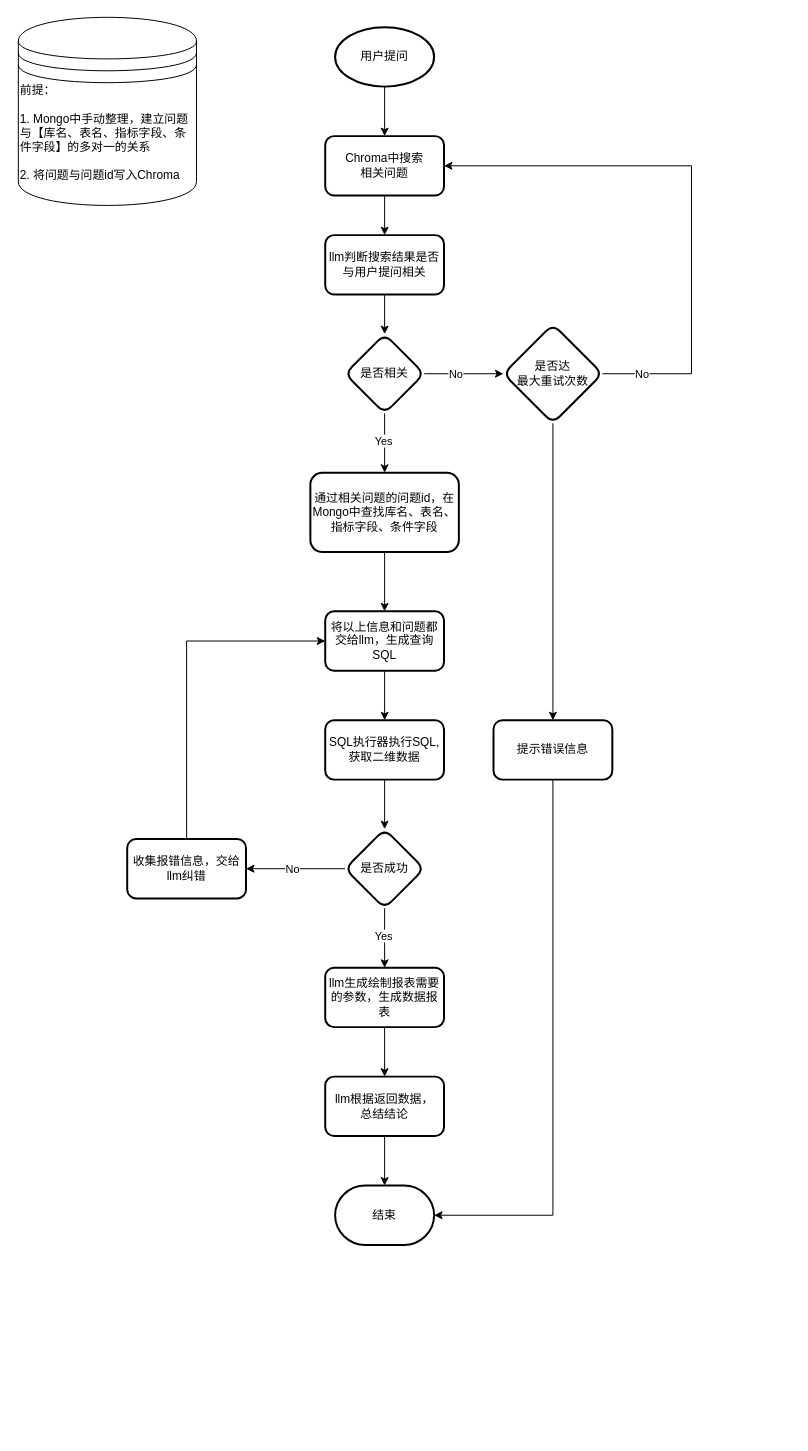
Before: cohat_data_bi_agent.drawio in deanzz/blog, a draw.io diagram. Source tidied: cells renumbered, new cells numbered last; positions are measured from the earlier drawing's top-left corner, leaving out a move shared by most shapes. Both pictures are drawn from the tidied source at 99%, with x=0, y=0 at pixel (18, 17).
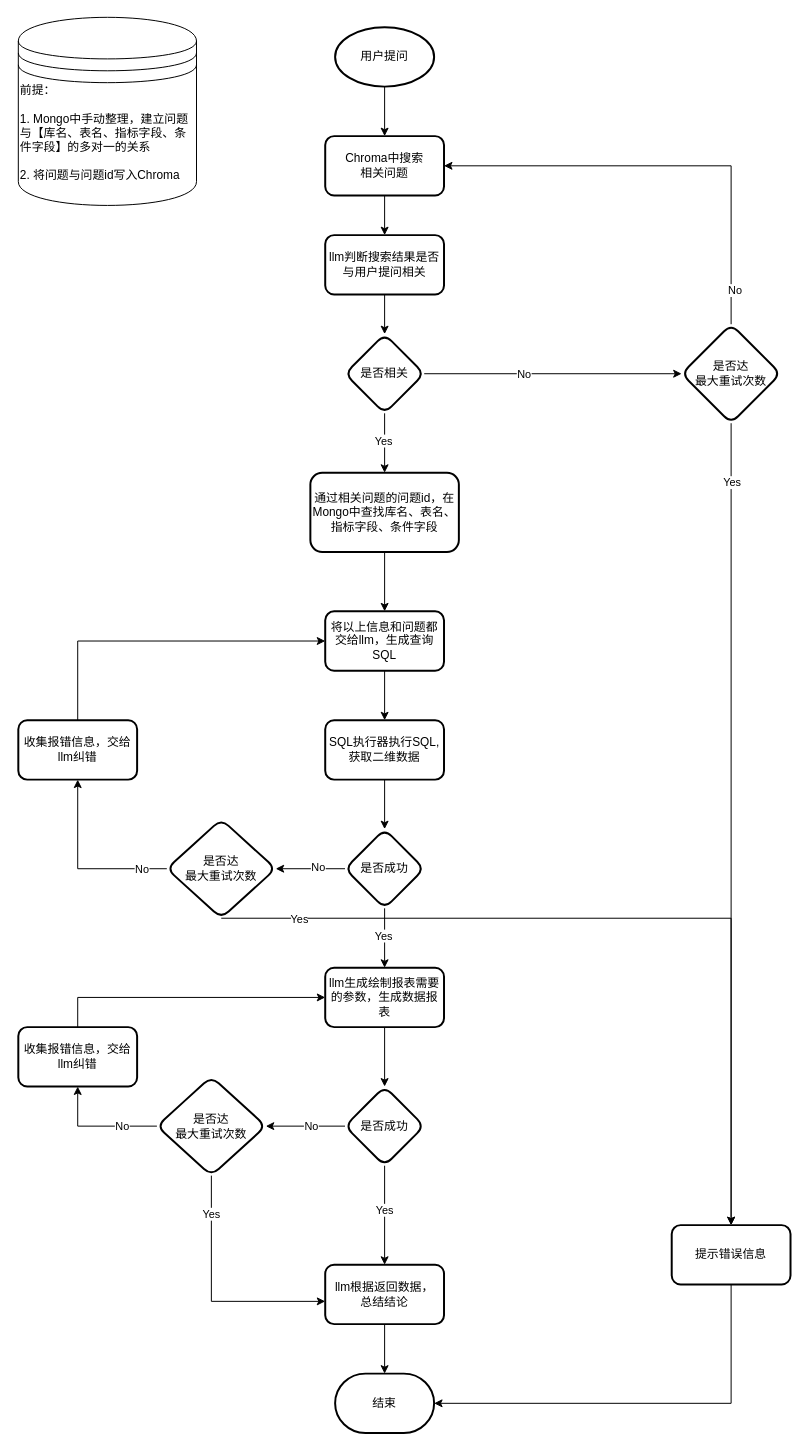
The same diagram, later.

The change refers to these unchanged cells:
```xml
<mxCell id="6" value="Chroma中搜索&lt;div&gt;相关问题&lt;/div&gt;" style="rounded=1;whiteSpace=wrap;html=1;strokeWidth=2;" parent="1" vertex="1">
  <mxGeometry x="310" y="120" width="120" height="60" as="geometry" />
</mxCell>
<mxCell id="24" value="是否成功" style="rhombus;whiteSpace=wrap;html=1;rounded=1;strokeWidth=2;" parent="1" vertex="1">
  <mxGeometry x="330" y="820" width="80" height="80" as="geometry" />
</mxCell>
<mxCell id="26" value="llm生成绘制报表需要的参数，生成数据报表" style="whiteSpace=wrap;html=1;rounded=1;strokeWidth=2;" parent="1" vertex="1">
  <mxGeometry x="310" y="960" width="120" height="60" as="geometry" />
</mxCell>
<mxCell id="32" style="edgeStyle=orthogonalEdgeStyle;rounded=0;jettySize=auto;html=1;" parent="1" edge="1" source="33" target="34">
  <mxGeometry relative="1" as="geometry" />
</mxCell>
```

What changed in the source:
```diff
@@
-    <mxCell id="22" style="edgeStyle=orthogonalEdgeStyle;rounded=0;jettySize=auto;html=1;" parent="1" edge="1" source="24" target="37">
-      <mxGeometry relative="1" as="geometry" />
-    </mxCell>
-    <mxCell id="23" value="No" style="edgeLabel;html=1;align=center;verticalAlign=middle;" parent="22" vertex="1">
-      <mxGeometry x="0.07" y="4" relative="1" as="geometry">
-        <mxPoint y="-4" as="offset" />
-      </mxGeometry>
-    </mxCell>
+    <mxCell id="38" style="edgeStyle=orthogonalEdgeStyle;rounded=0;jettySize=auto;html=1;exitX=0;exitY=0.5;exitDx=0;exitDy=0;entryX=1;entryY=0.5;entryDx=0;entryDy=0;" parent="1" edge="1" source="24" target="53">
+      <mxGeometry relative="1" as="geometry" />
+    </mxCell>
+    <mxCell id="39" value="No" style="edgeLabel;html=1;align=center;verticalAlign=middle;" parent="38" vertex="1">
+      <mxGeometry x="-0.19" y="-2" relative="1" as="geometry" />
+    </mxCell>
@@
-    <mxCell id="25" style="edgeStyle=orthogonalEdgeStyle;rounded=0;jettySize=auto;html=1;" parent="1" edge="1" source="26" target="27">
-      <mxGeometry relative="1" as="geometry" />
-    </mxCell>
+    <mxCell id="40" style="edgeStyle=orthogonalEdgeStyle;rounded=0;jettySize=auto;html=1;exitX=0.5;exitY=1;exitDx=0;exitDy=0;entryX=0.5;entryY=0;entryDx=0;entryDy=0;" parent="1" edge="1" source="26" target="46">
+      <mxGeometry relative="1" as="geometry" />
+    </mxCell>
@@
     <mxCell id="27" value="llm根据返回数据，&lt;div&gt;总结结论&lt;/div&gt;" style="whiteSpace=wrap;html=1;rounded=1;strokeWidth=2;" parent="1" vertex="1">
-      <mxGeometry x="310" y="1070" width="120" height="60" as="geometry" />
+      <mxGeometry x="310" y="1260" width="120" height="60" as="geometry" />
     </mxCell>
     <mxCell id="28" value="结束" style="strokeWidth=2;html=1;shape=mxgraph.flowchart.terminator;whiteSpace=wrap;" parent="1" vertex="1">
-      <mxGeometry x="320" y="1180" width="100" height="60" as="geometry" />
+      <mxGeometry x="320" y="1370" width="100" height="60" as="geometry" />
     </mxCell>
@@
-    <mxCell id="30" style="edgeStyle=orthogonalEdgeStyle;rounded=0;jettySize=auto;html=1;exitX=0.5;exitY=0;exitDx=0;exitDy=0;entryX=1;entryY=0.5;entryDx=0;entryDy=0;" parent="1" edge="1" source="33" target="6">
+    <mxCell id="30" style="edgeStyle=orthogonalEdgeStyle;rounded=0;jettySize=auto;html=1;exitX=0;exitY=0.5;exitDx=0;exitDy=0;entryX=1;entryY=0.5;entryDx=0;entryDy=0;" parent="1" edge="1" source="33" target="6">
       <mxGeometry relative="1" as="geometry">
         <Array as="points">
-          <mxPoint x="680" y="360" />
-          <mxPoint x="680" y="150" />
+          <mxPoint x="720" y="150" />
         </Array>
       </mxGeometry>
     </mxCell>
@@
+    <mxCell id="41" value="Yes" style="edgeLabel;html=1;align=center;verticalAlign=middle;" parent="32" vertex="1">
+      <mxGeometry x="-0.91" relative="1" as="geometry">
+        <mxPoint y="23" as="offset" />
+      </mxGeometry>
+    </mxCell>
     <mxCell id="33" value="是否达&lt;div&gt;最大重试次数&lt;/div&gt;" style="rhombus;whiteSpace=wrap;html=1;rounded=1;strokeWidth=2;direction=south;" parent="1" vertex="1">
-      <mxGeometry x="490" y="310" width="100" height="100" as="geometry" />
+      <mxGeometry x="670" y="310" width="100" height="100" as="geometry" />
     </mxCell>
     <mxCell id="34" value="提示错误信息" style="whiteSpace=wrap;html=1;rounded=1;strokeWidth=2;" parent="1" vertex="1">
-      <mxGeometry x="480" y="710" width="120" height="60" as="geometry" />
+      <mxGeometry x="660" y="1220" width="120" height="60" as="geometry" />
     </mxCell>
@@
     <mxCell id="37" value="收集报错信息，交给llm纠错" style="whiteSpace=wrap;html=1;rounded=1;strokeWidth=2;" parent="1" vertex="1">
-      <mxGeometry x="110" y="830" width="120" height="60" as="geometry" />
+      <mxGeometry y="710" width="120" height="60" as="geometry" />
     </mxCell>
+    <mxCell id="42" style="edgeStyle=orthogonalEdgeStyle;rounded=0;jettySize=auto;html=1;exitX=0.5;exitY=1;exitDx=0;exitDy=0;entryX=0.5;entryY=0;entryDx=0;entryDy=0;" parent="1" edge="1" source="46" target="27">
+      <mxGeometry relative="1" as="geometry" />
+    </mxCell>
+    <mxCell id="43" value="Yes" style="edgeLabel;html=1;align=center;verticalAlign=middle;" parent="42" vertex="1">
+      <mxGeometry x="-0.13" y="-1" relative="1" as="geometry" />
+    </mxCell>
+    <mxCell id="44" style="edgeStyle=orthogonalEdgeStyle;rounded=0;jettySize=auto;html=1;exitX=0;exitY=0.5;exitDx=0;exitDy=0;entryX=1;entryY=0.5;entryDx=0;entryDy=0;" parent="1" edge="1" source="46" target="56">
+      <mxGeometry relative="1" as="geometry" />
+    </mxCell>
+    <mxCell id="45" value="No" style="edgeLabel;html=1;align=center;verticalAlign=middle;" parent="44" vertex="1">
+      <mxGeometry x="-0.12" y="-1" relative="1" as="geometry" />
+    </mxCell>
+    <mxCell id="46" value="是否成功" style="rhombus;whiteSpace=wrap;html=1;rounded=1;strokeWidth=2;" parent="1" vertex="1">
+      <mxGeometry x="330" y="1080" width="80" height="80" as="geometry" />
+    </mxCell>
+    <mxCell id="47" style="edgeStyle=orthogonalEdgeStyle;rounded=0;jettySize=auto;html=1;exitX=0.5;exitY=0;exitDx=0;exitDy=0;entryX=0;entryY=0.5;entryDx=0;entryDy=0;" parent="1" edge="1" source="48" target="26">
+      <mxGeometry relative="1" as="geometry" />
+    </mxCell>
+    <mxCell id="48" value="收集报错信息，交给llm纠错" style="whiteSpace=wrap;html=1;rounded=1;strokeWidth=2;" parent="1" vertex="1">
+      <mxGeometry y="1020" width="120" height="60" as="geometry" />
+    </mxCell>
+    <mxCell id="49" style="edgeStyle=orthogonalEdgeStyle;rounded=0;jettySize=auto;html=1;exitX=0;exitY=0.5;exitDx=0;exitDy=0;entryX=0.5;entryY=1;entryDx=0;entryDy=0;" parent="1" edge="1" source="53" target="37">
+      <mxGeometry relative="1" as="geometry" />
+    </mxCell>
+    <mxCell id="50" value="No" style="edgeLabel;html=1;align=center;verticalAlign=middle;" parent="49" vertex="1">
+      <mxGeometry x="-0.58" y="4" relative="1" as="geometry">
+        <mxPoint x="12" y="-4" as="offset" />
+      </mxGeometry>
+    </mxCell>
+    <mxCell id="51" style="edgeStyle=orthogonalEdgeStyle;rounded=0;jettySize=auto;html=1;exitX=0.5;exitY=1;exitDx=0;exitDy=0;entryX=0.5;entryY=0;entryDx=0;entryDy=0;" parent="1" edge="1" source="53" target="34">
+      <mxGeometry relative="1" as="geometry">
+        <Array as="points">
+          <mxPoint x="720" y="910" />
+        </Array>
+      </mxGeometry>
+    </mxCell>
+    <mxCell id="52" value="Yes" style="edgeLabel;html=1;align=center;verticalAlign=middle;" parent="51" vertex="1">
+      <mxGeometry x="-0.81" relative="1" as="geometry" />
+    </mxCell>
+    <mxCell id="53" value="是否达&lt;div&gt;最大重试次数&lt;/div&gt;" style="rhombus;whiteSpace=wrap;html=1;rounded=1;strokeWidth=2;" parent="1" vertex="1">
+      <mxGeometry x="150" y="810" width="110" height="100" as="geometry" />
+    </mxCell>
+    <mxCell id="54" style="edgeStyle=orthogonalEdgeStyle;rounded=0;jettySize=auto;html=1;exitX=0;exitY=0.5;exitDx=0;exitDy=0;entryX=0.5;entryY=1;entryDx=0;entryDy=0;" parent="1" edge="1" source="56" target="48">
+      <mxGeometry relative="1" as="geometry" />
+    </mxCell>
+    <mxCell id="55" value="No" style="edgeLabel;html=1;align=center;verticalAlign=middle;" parent="54" vertex="1">
+      <mxGeometry x="-0.4" y="-1" relative="1" as="geometry" />
+    </mxCell>
+    <mxCell id="56" value="是否达&lt;div&gt;最大重试次数&lt;/div&gt;" style="rhombus;whiteSpace=wrap;html=1;rounded=1;strokeWidth=2;" parent="1" vertex="1">
+      <mxGeometry x="140" y="1070" width="110" height="100" as="geometry" />
+    </mxCell>
+    <mxCell id="57" style="edgeStyle=orthogonalEdgeStyle;rounded=0;jettySize=auto;html=1;exitX=0.5;exitY=1;exitDx=0;exitDy=0;entryX=0;entryY=0.617;entryDx=0;entryDy=0;entryPerimeter=0;" parent="1" edge="1" source="56" target="27">
+      <mxGeometry relative="1" as="geometry" />
+    </mxCell>
+    <mxCell id="58" value="Yes" style="edgeLabel;html=1;align=center;verticalAlign=middle;" parent="57" vertex="1">
+      <mxGeometry x="-0.69" y="-1" relative="1" as="geometry" />
+    </mxCell>
```
